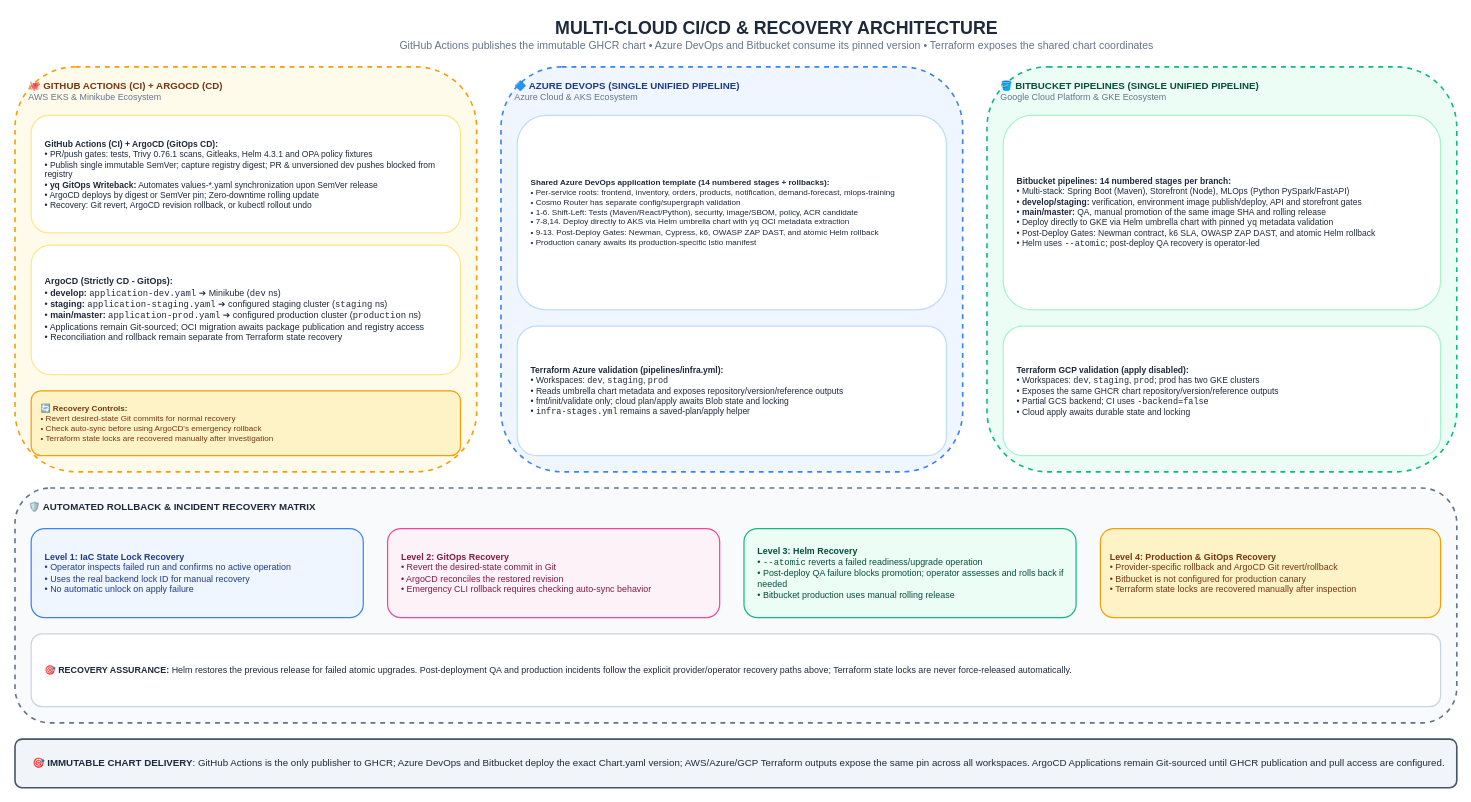
Earlier version of the draw.io diagram page "12. Multi-Cloud CI/CD & Recovery Architecture" (12 of 16) of docs/Diagrams.drawio (GeorgeGxx/microservices-architecture). Source tidied: cells renumbered, new cells numbered last; positions are measured from the earlier drawing's top-left corner, leaving out a move shared by most shapes. Both pictures are drawn from the tidied source at 81%, with x=0, y=0 at pixel (15, 14).
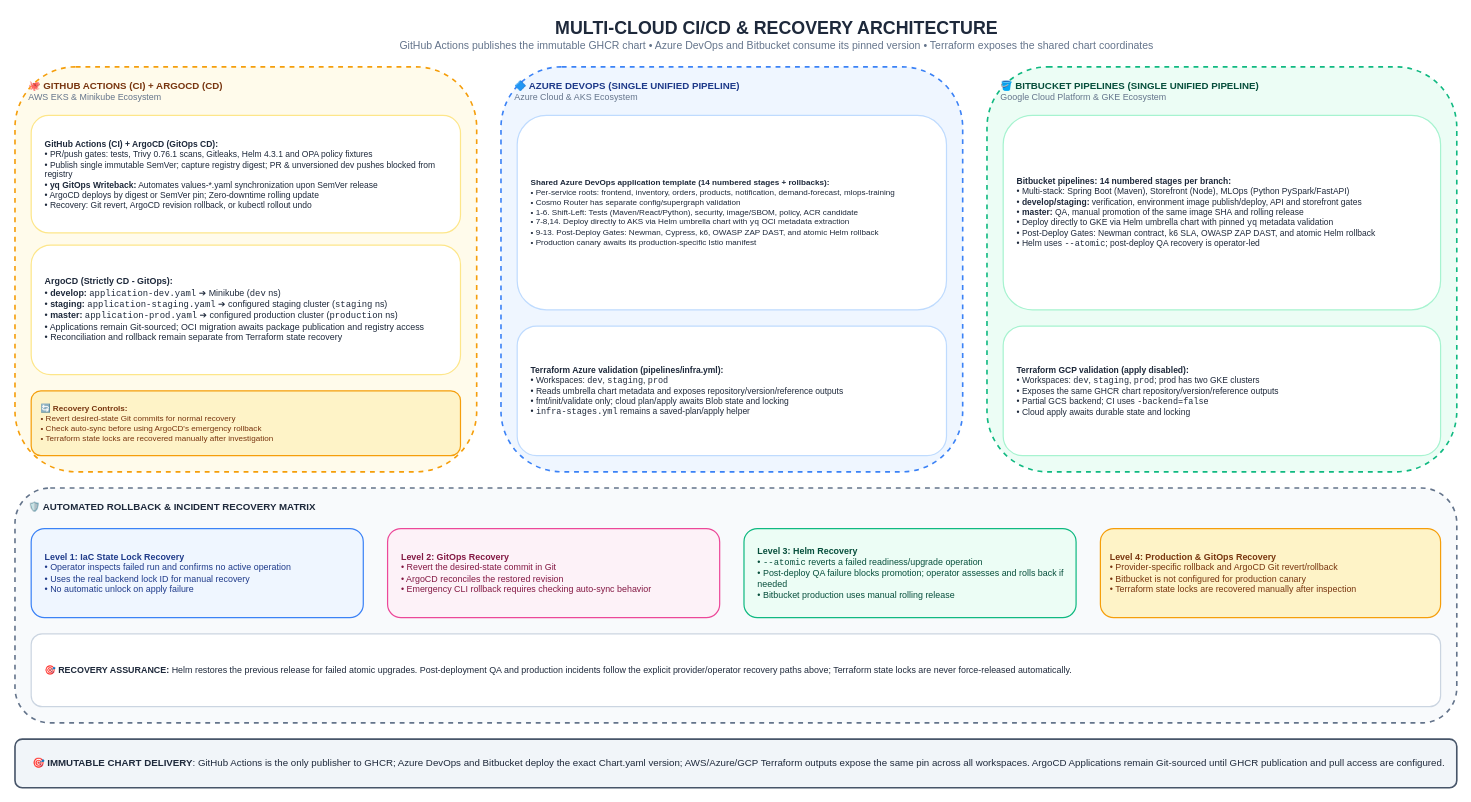
Above is the later version.

The edit, as a diff of the source:
```diff
@@
 <mxGraphModel>
   <root>
     <mxCell id="0" />
     <mxCell id="1" parent="0" />
     <mxCell id="2" value="&lt;b style='font-size:22px;color:#1E293B;'&gt;MULTI-CLOUD CI/CD &amp; RECOVERY ARCHITECTURE&lt;/b&gt;&lt;br&gt;&lt;span style='font-size:13px;color:#64748B;'&gt;GitHub Actions publishes the immutable GHCR chart • Azure DevOps and Bitbucket consume its pinned version • Terraform exposes the shared chart coordinates&lt;/span&gt;" style="text;html=1;align=center;verticalAlign=middle;rounded=0;" parent="1" vertex="1">
       <mxGeometry x="240" width="1400" height="50" as="geometry" />
     </mxCell>
     <mxCell id="3" value="&lt;b&gt;🐙 GITHUB ACTIONS (CI) + ARGOCD (CD)&lt;/b&gt;&lt;br&gt;&lt;span style='font-size:11px;color:#64748B;'&gt;AWS EKS &amp; Minikube Ecosystem&lt;/span&gt;" style="rounded=1;whiteSpace=wrap;html=1;fillColor=#FFFBEB;strokeColor=#F59E0B;strokeWidth=2;verticalAlign=top;align=left;spacingLeft=15;spacingTop=10;fontColor=#78350F;fontSize=12;dashed=1;" parent="1" vertex="1">
       <mxGeometry y="65" width="570" height="500" as="geometry" />
     </mxCell>
     <mxCell id="4" value="&lt;b&gt;GitHub Actions (CI) + ArgoCD (GitOps CD):&lt;/b&gt;&lt;br&gt;• PR/push gates: tests, Trivy 0.76.1 scans, Gitleaks, Helm 4.3.1 and OPA policy fixtures&lt;br&gt;• Publish single immutable SemVer; capture registry digest; PR &amp; unversioned dev pushes blocked from registry&lt;br&gt;• &lt;b&gt;yq GitOps Writeback:&lt;/b&gt; Automates values-*.yaml synchronization upon SemVer release&lt;br&gt;• ArgoCD deploys by digest or SemVer pin; Zero-downtime rolling update&lt;br&gt;• Recovery: Git revert, ArgoCD revision rollback, or kubectl rollout undo" style="rounded=1;whiteSpace=wrap;html=1;fillColor=#FFFFFF;strokeColor=#FDE68A;strokeWidth=1.5;fontColor=#1E293B;fontSize=10.5;align=left;spacingLeft=15;" parent="1" vertex="1">
       <mxGeometry x="20" y="125" width="530" height="145" as="geometry" />
     </mxCell>
-    <mxCell id="5" value="&lt;b&gt;ArgoCD (Strictly CD - GitOps):&lt;/b&gt;&lt;br&gt;• &lt;b&gt;develop:&lt;/b&gt; &lt;code&gt;application-dev.yaml&lt;/code&gt; ➔ Minikube (&lt;code&gt;dev&lt;/code&gt; ns)&lt;br&gt;• &lt;b&gt;staging:&lt;/b&gt; &lt;code&gt;application-staging.yaml&lt;/code&gt; ➔ configured staging cluster (&lt;code&gt;staging&lt;/code&gt; ns)&lt;br&gt;• &lt;b&gt;main/master:&lt;/b&gt; &lt;code&gt;application-prod.yaml&lt;/code&gt; ➔ configured production cluster (&lt;code&gt;production&lt;/code&gt; ns)&lt;br&gt;• Applications remain Git-sourced; OCI migration awaits package publication and registry access&lt;br&gt;• Reconciliation and rollback remain separate from Terraform state recovery" style="rounded=1;whiteSpace=wrap;html=1;fillColor=#FFFFFF;strokeColor=#FDE68A;strokeWidth=1.5;fontColor=#1E293B;fontSize=11;align=left;spacingLeft=15;" parent="1" vertex="1">
+    <mxCell id="5" value="&lt;b&gt;ArgoCD (Strictly CD - GitOps):&lt;/b&gt;&lt;br&gt;• &lt;b&gt;develop:&lt;/b&gt; &lt;code&gt;application-dev.yaml&lt;/code&gt; ➔ Minikube (&lt;code&gt;dev&lt;/code&gt; ns)&lt;br&gt;• &lt;b&gt;staging:&lt;/b&gt; &lt;code&gt;application-staging.yaml&lt;/code&gt; ➔ configured staging cluster (&lt;code&gt;staging&lt;/code&gt; ns)&lt;br&gt;• &lt;b&gt;master:&lt;/b&gt; &lt;code&gt;application-prod.yaml&lt;/code&gt; ➔ configured production cluster (&lt;code&gt;production&lt;/code&gt; ns)&lt;br&gt;• Applications remain Git-sourced; OCI migration awaits package publication and registry access&lt;br&gt;• Reconciliation and rollback remain separate from Terraform state recovery" style="rounded=1;whiteSpace=wrap;html=1;fillColor=#FFFFFF;strokeColor=#FDE68A;strokeWidth=1.5;fontColor=#1E293B;fontSize=11;align=left;spacingLeft=15;" parent="1" vertex="1">
       <mxGeometry x="20" y="285" width="530" height="160" as="geometry" />
     </mxCell>
     <mxCell id="6" value="&lt;b&gt;🔄 Recovery Controls:&lt;/b&gt;&lt;br&gt;• Revert desired-state Git commits for normal recovery&lt;br&gt;• Check auto-sync before using ArgoCD's emergency rollback&lt;br&gt;• Terraform state locks are recovered manually after investigation" style="rounded=1;whiteSpace=wrap;html=1;fillColor=#FEF3C7;strokeColor=#F59E0B;strokeWidth=1.5;fontColor=#78350F;fontSize=10;align=left;spacingLeft=10;" parent="1" vertex="1">
       <mxGeometry x="20" y="465" width="530" height="80" as="geometry" />
     </mxCell>
     <mxCell id="7" value="&lt;b&gt;🔷 AZURE DEVOPS (SINGLE UNIFIED PIPELINE)&lt;/b&gt;&lt;br&gt;&lt;span style='font-size:11px;color:#64748B;'&gt;Azure Cloud &amp; AKS Ecosystem&lt;/span&gt;" style="rounded=1;whiteSpace=wrap;html=1;fillColor=#EFF6FF;strokeColor=#3B82F6;strokeWidth=2;verticalAlign=top;align=left;spacingLeft=15;spacingTop=10;fontColor=#1E3A8A;fontSize=12;dashed=1;" parent="1" vertex="1">
       <mxGeometry x="600" y="65" width="570" height="500" as="geometry" />
     </mxCell>
     <mxCell id="8" value="&lt;b&gt;Shared Azure DevOps application template (14 numbered stages + rollbacks):&lt;/b&gt;&lt;br&gt;• Per-service roots: frontend, inventory, orders, products, notification, demand-forecast, mlops-training&lt;br&gt;• Cosmo Router has separate config/supergraph validation&lt;br&gt;• 1-6. Shift-Left: Tests (Maven/React/Python), security, image/SBOM, policy, ACR candidate&lt;br&gt;• 7-8,14. Deploy directly to AKS via Helm umbrella chart with &lt;code&gt;yq&lt;/code&gt; OCI metadata extraction&lt;br&gt;• 9-13. Post-Deploy Gates: Newman, Cypress, k6, OWASP ZAP DAST, and atomic Helm rollback&lt;br&gt;• Production canary awaits its production-specific Istio manifest" style="rounded=1;whiteSpace=wrap;html=1;fillColor=#FFFFFF;strokeColor=#BFDBFE;strokeWidth=1.5;fontColor=#1E293B;fontSize=10;align=left;spacingLeft=15;" parent="1" vertex="1">
       <mxGeometry x="620" y="125" width="530" height="240" as="geometry" />
     </mxCell>
     <mxCell id="9" value="&lt;b&gt;Terraform Azure validation (pipelines/infra.yml):&lt;/b&gt;&lt;br&gt;• Workspaces: &lt;code&gt;dev&lt;/code&gt;, &lt;code&gt;staging&lt;/code&gt;, &lt;code&gt;prod&lt;/code&gt;&lt;br&gt;• Reads umbrella chart metadata and exposes repository/version/reference outputs&lt;br&gt;• fmt/init/validate only; cloud plan/apply awaits Blob state and locking&lt;br&gt;• &lt;code&gt;infra-stages.yml&lt;/code&gt; remains a saved-plan/apply helper" style="rounded=1;whiteSpace=wrap;html=1;fillColor=#FFFFFF;strokeColor=#BFDBFE;strokeWidth=1.5;fontColor=#1E293B;fontSize=10.5;align=left;spacingLeft=15;" parent="1" vertex="1">
       <mxGeometry x="620" y="385" width="530" height="160" as="geometry" />
     </mxCell>
     <mxCell id="10" value="&lt;b&gt;🪣 BITBUCKET PIPELINES (SINGLE UNIFIED PIPELINE)&lt;/b&gt;&lt;br&gt;&lt;span style='font-size:11px;color:#64748B;'&gt;Google Cloud Platform &amp; GKE Ecosystem&lt;/span&gt;" style="rounded=1;whiteSpace=wrap;html=1;fillColor=#ECFDF5;strokeColor=#10B981;strokeWidth=2;verticalAlign=top;align=left;spacingLeft=15;spacingTop=10;fontColor=#064E3B;fontSize=12;dashed=1;" parent="1" vertex="1">
       <mxGeometry x="1200" y="65" width="580" height="500" as="geometry" />
     </mxCell>
-    <mxCell id="11" value="&lt;b&gt;Bitbucket pipelines: 14 numbered stages per branch:&lt;/b&gt;&lt;br&gt;• Multi-stack: Spring Boot (Maven), Storefront (Node), MLOps (Python PySpark/FastAPI)&lt;br&gt;• &lt;b&gt;develop/staging:&lt;/b&gt; verification, environment image publish/deploy, API and storefront gates&lt;br&gt;• &lt;b&gt;main/master:&lt;/b&gt; QA, manual promotion of the same image SHA and rolling release&lt;br&gt;• Deploy directly to GKE via Helm umbrella chart with pinned &lt;code&gt;yq&lt;/code&gt; metadata validation&lt;br&gt;• Post-Deploy Gates: Newman contract, k6 SLA, OWASP ZAP DAST, and atomic Helm rollback&lt;br&gt;• Helm uses &lt;code&gt;--atomic&lt;/code&gt;; post-deploy QA recovery is operator-led" style="rounded=1;whiteSpace=wrap;html=1;fillColor=#FFFFFF;strokeColor=#A7F3D0;strokeWidth=1.5;fontColor=#1E293B;fontSize=10.5;align=left;spacingLeft=15;" parent="1" vertex="1">
+    <mxCell id="11" value="&lt;b&gt;Bitbucket pipelines: 14 numbered stages per branch:&lt;/b&gt;&lt;br&gt;• Multi-stack: Spring Boot (Maven), Storefront (Node), MLOps (Python PySpark/FastAPI)&lt;br&gt;• &lt;b&gt;develop/staging:&lt;/b&gt; verification, environment image publish/deploy, API and storefront gates&lt;br&gt;• &lt;b&gt;master:&lt;/b&gt; QA, manual promotion of the same image SHA and rolling release&lt;br&gt;• Deploy directly to GKE via Helm umbrella chart with pinned &lt;code&gt;yq&lt;/code&gt; metadata validation&lt;br&gt;• Post-Deploy Gates: Newman contract, k6 SLA, OWASP ZAP DAST, and atomic Helm rollback&lt;br&gt;• Helm uses &lt;code&gt;--atomic&lt;/code&gt;; post-deploy QA recovery is operator-led" style="rounded=1;whiteSpace=wrap;html=1;fillColor=#FFFFFF;strokeColor=#A7F3D0;strokeWidth=1.5;fontColor=#1E293B;fontSize=10.5;align=left;spacingLeft=15;" parent="1" vertex="1">
       <mxGeometry x="1220" y="125" width="540" height="240" as="geometry" />
     </mxCell>
     <mxCell id="12" value="&lt;b&gt;Terraform GCP validation (apply disabled):&lt;/b&gt;&lt;br&gt;• Workspaces: &lt;code&gt;dev&lt;/code&gt;, &lt;code&gt;staging&lt;/code&gt;, &lt;code&gt;prod&lt;/code&gt;; prod has two GKE clusters&lt;br&gt;• Exposes the same GHCR chart repository/version/reference outputs&lt;br&gt;• Partial GCS backend; CI uses &lt;code&gt;-backend=false&lt;/code&gt;&lt;br&gt;• Cloud apply awaits durable state and locking" style="rounded=1;whiteSpace=wrap;html=1;fillColor=#FFFFFF;strokeColor=#A7F3D0;strokeWidth=1.5;fontColor=#1E293B;fontSize=10.5;align=left;spacingLeft=15;" parent="1" vertex="1">
       <mxGeometry x="1220" y="385" width="540" height="160" as="geometry" />
     </mxCell>
     <mxCell id="13" value="&lt;b&gt;🛡️ AUTOMATED ROLLBACK &amp; INCIDENT RECOVERY MATRIX&lt;/b&gt;" style="rounded=1;whiteSpace=wrap;html=1;fillColor=#F8FAFC;strokeColor=#64748B;strokeWidth=2;verticalAlign=top;align=left;spacingLeft=15;spacingTop=10;fontColor=#1E293B;fontSize=12;dashed=1;" parent="1" vertex="1">
       <mxGeometry y="585" width="1780" height="290" as="geometry" />
     </mxCell>
     <mxCell id="14" value="&lt;b&gt;Level 1: IaC State Lock Recovery&lt;/b&gt;&lt;br&gt;• Operator inspects failed run and confirms no active operation&lt;br&gt;• Uses the real backend lock ID for manual recovery&lt;br&gt;• No automatic unlock on apply failure" style="rounded=1;whiteSpace=wrap;html=1;fillColor=#EFF6FF;strokeColor=#3B82F6;strokeWidth=1.5;fontColor=#1E3A8A;fontSize=11;align=left;spacingLeft=15;" parent="1" vertex="1">
       <mxGeometry x="20" y="635" width="410" height="110" as="geometry" />
     </mxCell>
     <mxCell id="15" value="&lt;b&gt;Level 2: GitOps Recovery&lt;/b&gt;&lt;br&gt;• Revert the desired-state commit in Git&lt;br&gt;• ArgoCD reconciles the restored revision&lt;br&gt;• Emergency CLI rollback requires checking auto-sync behavior" style="rounded=1;whiteSpace=wrap;html=1;fillColor=#FDF2F8;strokeColor=#EC4899;strokeWidth=1.5;fontColor=#831843;fontSize=11;align=left;spacingLeft=15;" parent="1" vertex="1">
       <mxGeometry x="460" y="635" width="410" height="110" as="geometry" />
     </mxCell>
     <mxCell id="16" value="&lt;b&gt;Level 3: Helm Recovery&lt;/b&gt;&lt;br&gt;• &lt;code&gt;--atomic&lt;/code&gt; reverts a failed readiness/upgrade operation&lt;br&gt;• Post-deploy QA failure blocks promotion; operator assesses and rolls back if needed&lt;br&gt;• Bitbucket production uses manual rolling release" style="rounded=1;whiteSpace=wrap;html=1;fillColor=#ECFDF5;strokeColor=#10B981;strokeWidth=1.5;fontColor=#064E3B;fontSize=11;align=left;spacingLeft=15;" parent="1" vertex="1">
       <mxGeometry x="900" y="635" width="410" height="110" as="geometry" />
     </mxCell>
     <mxCell id="17" value="&lt;b&gt;Level 4: Production &amp; GitOps Recovery&lt;/b&gt;&lt;br&gt;• Provider-specific rollback and ArgoCD Git revert/rollback&lt;br&gt;• Bitbucket is not configured for production canary&lt;br&gt;• Terraform state locks are recovered manually after inspection" style="rounded=1;whiteSpace=wrap;html=1;fillColor=#FEF3C7;strokeColor=#F59E0B;strokeWidth=1.5;fontColor=#78350F;fontSize=11;align=left;spacingLeft=10;" parent="1" vertex="1">
       <mxGeometry x="1340" y="635" width="420" height="110" as="geometry" />
     </mxCell>
     <mxCell id="18" value="&lt;b&gt;🎯 RECOVERY ASSURANCE:&lt;/b&gt; Helm restores the previous release for failed atomic upgrades. Post-deployment QA and production incidents follow the explicit provider/operator recovery paths above; Terraform state locks are never force-released automatically." style="rounded=1;whiteSpace=wrap;html=1;fillColor=#FFFFFF;strokeColor=#CBD5E1;strokeWidth=1.5;fontColor=#1E293B;fontSize=11;align=left;spacingLeft=15;" parent="1" vertex="1">
       <mxGeometry x="20" y="765" width="1740" height="90" as="geometry" />
     </mxCell>
     <mxCell id="19" value="&lt;b&gt;🎯 IMMUTABLE CHART DELIVERY&lt;/b&gt;: GitHub Actions is the only publisher to GHCR; Azure DevOps and Bitbucket deploy the exact Chart.yaml version; AWS/Azure/GCP Terraform outputs expose the same pin across all workspaces. ArgoCD Applications remain Git-sourced until GHCR publication and pull access are configured." style="rounded=1;whiteSpace=wrap;html=1;fillColor=#F1F5F9;strokeColor=#475569;strokeWidth=2;fontColor=#1E293B;fontSize=12;align=left;spacingLeft=20;" parent="1" vertex="1">
       <mxGeometry y="895" width="1780" height="60" as="geometry" />
     </mxCell>
   </root>
 </mxGraphModel>
```
